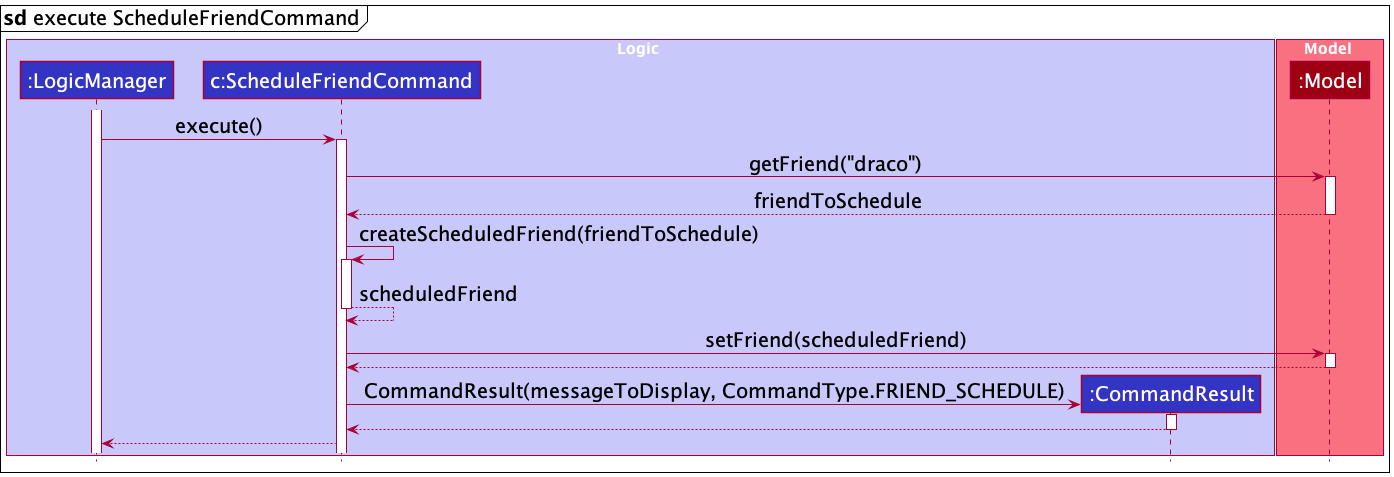
nus-cs2103-AY2122S1/tp keeps this PlantUML diagram as docs/images/ScheduleSequenceDiagram2.png. Above is the earlier version.
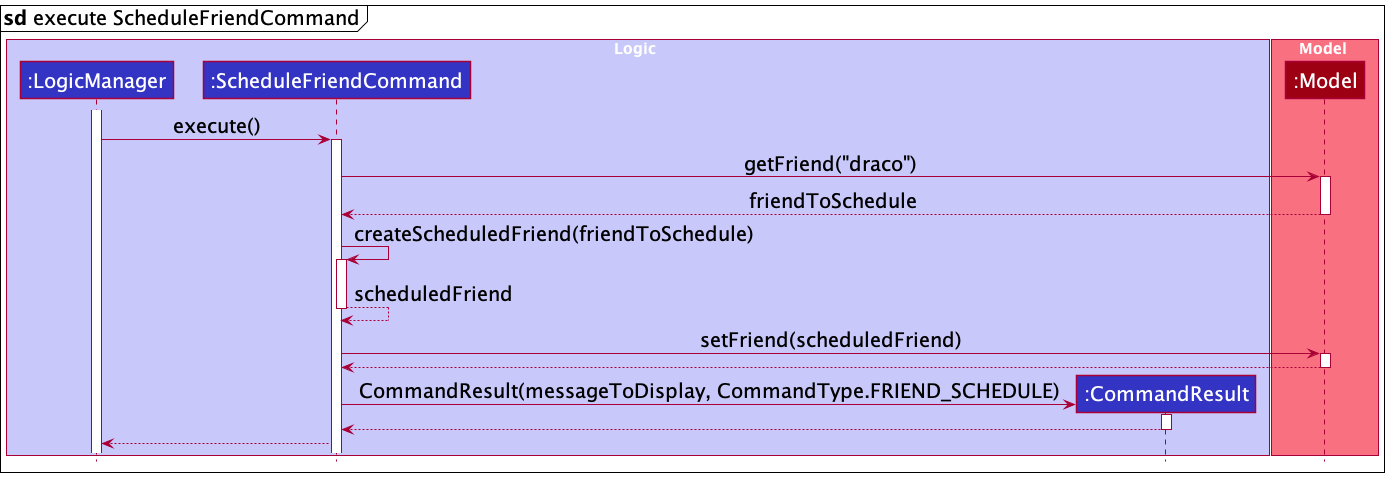
Above is the later version.

Commit message:
Update sequence diagrams

What changed in the source:
```diff
@@ -8,7 +8,7 @@
 mainframe **sd** execute ScheduleFriendCommand
 
 participant ":LogicManager" as LogicManager LOGIC_COLOR
-participant "c:ScheduleFriendCommand" as ScheduleFriendCommand LOGIC_COLOR
+participant ":ScheduleFriendCommand" as ScheduleFriendCommand LOGIC_COLOR
 participant ":CommandResult" as CommandResult LOGIC_COLOR
 end box
 
```
